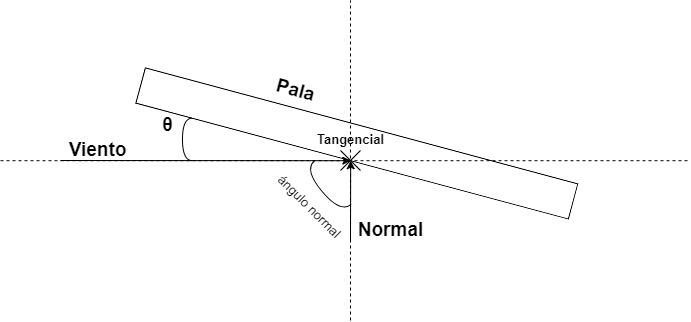
Before: images/dibujo fuerzas.drawio.png, a diagram exported from draw.io (josfer98/TFG_turbinas_eolicas). Source tidied: cells renumbered, new cells last; positions are measured from the earlier drawing's top-left corner, leaving out a move shared by most shapes.
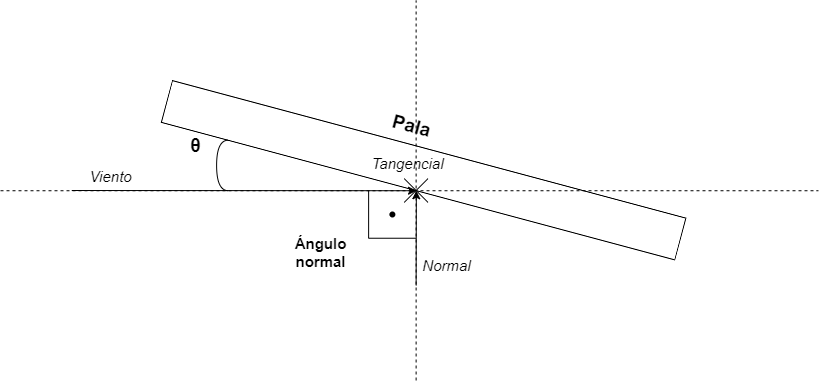
After the commit.

Commit message:
Arreglos, fin potencia y empiece rendimiento

Change to the diagram source:
```diff
@@ -3,67 +3,70 @@
     <mxCell id="0" />
     <mxCell id="1" parent="0" />
     <mxCell id="2" style="rounded=0;whiteSpace=wrap;html=1;rotation=15;" parent="1" vertex="1">
-      <mxGeometry x="132.5" y="124.8" width="447.7" height="36.4" as="geometry" />
+      <mxGeometry x="137.3" y="138.2" width="531.6" height="43.3" as="geometry" />
     </mxCell>
     <mxCell id="3" value="&lt;b&gt;&lt;font style=&quot;font-size: 19px&quot;&gt;Pala&lt;/font&gt;&lt;/b&gt;" style="text;html=1;align=center;verticalAlign=middle;strokeColor=none;fillColor=none;rotation=15;" parent="1" vertex="1">
-      <mxGeometry x="270" y="80" width="50" height="20" as="geometry" />
+      <mxGeometry x="365.9" y="105.9" width="50" height="20" as="geometry" />
     </mxCell>
-    <mxCell id="4" value="&lt;font style=&quot;font-size: 19px&quot;&gt;&lt;b&gt;Viento&lt;/b&gt;&lt;/font&gt;" style="text;html=1;align=center;verticalAlign=middle;strokeColor=none;fillColor=none;" parent="1" vertex="1">
-      <mxGeometry x="62.5" y="140.2" width="70" height="20" as="geometry" />
+    <mxCell id="4" value="&lt;font style=&quot;font-size: 15px;&quot;&gt;&lt;span style=&quot;font-size: 15px;&quot;&gt;Viento&lt;/span&gt;&lt;/font&gt;" style="text;html=1;align=center;verticalAlign=middle;strokeColor=none;fillColor=none;fontSize=15;fontStyle=2;" parent="1" vertex="1">
+      <mxGeometry x="60.1" y="156.5" width="60" height="20" as="geometry" />
     </mxCell>
     <mxCell id="5" style="shape=requiredInterface;html=1;verticalLabelPosition=bottom;sketch=0;fontSize=19;rotation=-180;" parent="1" vertex="1">
-      <mxGeometry x="182" y="117.6" width="10" height="42.6" as="geometry" />
+      <mxGeometry x="196.1" y="129.7" width="11.9" height="50.6" as="geometry" />
     </mxCell>
     <mxCell id="6" value="&lt;b&gt;θ&lt;/b&gt;" style="text;html=1;align=center;verticalAlign=middle;strokeColor=none;fillColor=none;fontSize=19;" parent="1" vertex="1">
-      <mxGeometry x="152" y="110.2" width="30" height="30" as="geometry" />
+      <mxGeometry x="160.5" y="120.9" width="30" height="30" as="geometry" />
     </mxCell>
     <mxCell id="7" style="endArrow=classic;html=1;rounded=0;fontSize=19;" parent="1" edge="1">
       <mxGeometry relative="1" as="geometry">
-        <mxPoint x="350" y="240" as="sourcePoint" />
-        <mxPoint x="350.2" y="160.2" as="targetPoint" />
+        <mxPoint x="395.6" y="275" as="sourcePoint" />
+        <mxPoint x="395.8" y="180.2" as="targetPoint" />
       </mxGeometry>
     </mxCell>
     <mxCell id="8" style="endArrow=none;dashed=1;html=1;rounded=0;fontSize=19;" parent="1" edge="1">
       <mxGeometry relative="1" as="geometry">
-        <mxPoint x="350" y="320" as="sourcePoint" />
-        <mxPoint x="350" as="targetPoint" />
+        <mxPoint x="395.6" y="370" as="sourcePoint" />
+        <mxPoint x="395.6" y="-10" as="targetPoint" />
       </mxGeometry>
     </mxCell>
-    <mxCell id="9" value="&lt;b&gt;Normal&lt;/b&gt;" style="text;html=1;align=center;verticalAlign=middle;strokeColor=none;fillColor=none;fontSize=19;" parent="1" vertex="1">
-      <mxGeometry x="350" y="215" width="80" height="30" as="geometry" />
+    <mxCell id="9" value="&lt;span style=&quot;font-size: 15px;&quot;&gt;Normal&lt;/span&gt;" style="text;html=1;align=center;verticalAlign=middle;strokeColor=none;fillColor=none;fontSize=15;fontStyle=2;" parent="1" vertex="1">
+      <mxGeometry x="395.6" y="245.3" width="60" height="20" as="geometry" />
     </mxCell>
     <mxCell id="10" style="endArrow=none;dashed=1;html=1;rounded=0;" parent="1" edge="1">
       <mxGeometry relative="1" as="geometry">
-        <mxPoint y="160.2" as="sourcePoint" />
-        <mxPoint x="688.7" y="160.2" as="targetPoint" />
+        <mxPoint x="-20" y="180.2" as="sourcePoint" />
+        <mxPoint x="797.8" y="180.2" as="targetPoint" />
       </mxGeometry>
     </mxCell>
-    <mxCell id="11" style="shape=requiredInterface;html=1;verticalLabelPosition=bottom;sketch=0;fontSize=19;rotation=140;" parent="1" vertex="1">
-      <mxGeometry x="320" y="158.1" width="14" height="56.9" as="geometry" />
-    </mxCell>
-    <mxCell id="12" value="&lt;font style=&quot;font-size: 13px&quot;&gt;ángulo normal&lt;/font&gt;" style="text;html=1;align=center;verticalAlign=middle;strokeColor=none;fillColor=none;fontSize=19;rotation=45;" parent="1" vertex="1">
-      <mxGeometry x="260" y="190" width="100" height="30" as="geometry" />
+    <mxCell id="12" value="&lt;font style=&quot;font-size: 15px;&quot;&gt;Ángulo&lt;br style=&quot;font-size: 15px;&quot;&gt;normal&lt;/font&gt;" style="text;html=1;align=center;verticalAlign=middle;strokeColor=none;fillColor=none;fontSize=15;rotation=0;fontStyle=1;" parent="1" vertex="1">
+      <mxGeometry x="265" y="221.6" width="70" height="40" as="geometry" />
     </mxCell>
     <mxCell id="13" style="endArrow=none;html=1;rounded=0;fontSize=13;" parent="1" edge="1">
       <mxGeometry relative="1" as="geometry">
-        <mxPoint x="340" y="170" as="sourcePoint" />
-        <mxPoint x="360" y="150" as="targetPoint" />
+        <mxPoint x="383.7" y="191.9" as="sourcePoint" />
+        <mxPoint x="407.5" y="168.1" as="targetPoint" />
       </mxGeometry>
     </mxCell>
     <mxCell id="14" style="endArrow=none;html=1;rounded=0;fontSize=13;" parent="1" edge="1">
       <mxGeometry relative="1" as="geometry">
-        <mxPoint x="340" y="150" as="sourcePoint" />
-        <mxPoint x="360" y="170" as="targetPoint" />
+        <mxPoint x="383.7" y="168.1" as="sourcePoint" />
+        <mxPoint x="407.5" y="191.9" as="targetPoint" />
       </mxGeometry>
     </mxCell>
     <mxCell id="15" style="endArrow=classic;html=1;rounded=0;" parent="1" edge="1">
       <mxGeometry relative="1" as="geometry">
-        <mxPoint x="60" y="160" as="sourcePoint" />
-        <mxPoint x="350.4" y="160.2" as="targetPoint" />
+        <mxPoint x="51.2" y="180" as="sourcePoint" />
+        <mxPoint x="396" y="180.2" as="targetPoint" />
       </mxGeometry>
     </mxCell>
-    <mxCell id="16" value="&lt;b&gt;Tangencial&lt;/b&gt;" style="text;html=1;align=center;verticalAlign=middle;strokeColor=none;fillColor=none;fontSize=13;" parent="1" vertex="1">
-      <mxGeometry x="310" y="128.9" width="80" height="20" as="geometry" />
+    <mxCell id="16" value="&lt;span style=&quot;font-size: 15px;&quot;&gt;Tangencial&lt;/span&gt;" style="text;html=1;align=center;verticalAlign=middle;strokeColor=none;fillColor=none;fontSize=15;shadow=0;sketch=0;fontStyle=2;" parent="1" vertex="1">
+      <mxGeometry x="342.2" y="143.1" width="90" height="20" as="geometry" />
     </mxCell>
+    <mxCell id="17" style="shape=partialRectangle;whiteSpace=wrap;html=1;bottom=0;right=0;fillColor=none;shadow=0;sketch=0;fontSize=15;rotation=-90;" parent="1" vertex="1">
+      <mxGeometry x="348.1" y="180.2" width="47.5" height="47.5" as="geometry" />
+    </mxCell>
+    <mxCell id="18" style="shape=waypoint;sketch=0;fillStyle=solid;size=6;fillColor=none;perimeter=centerPerimeter;shadow=0;fontSize=15;" parent="1" vertex="1">
+      <mxGeometry x="351.9" y="184" width="40" height="40" as="geometry" />
+    </mxCell>
   </root>
 </mxGraphModel>
```
